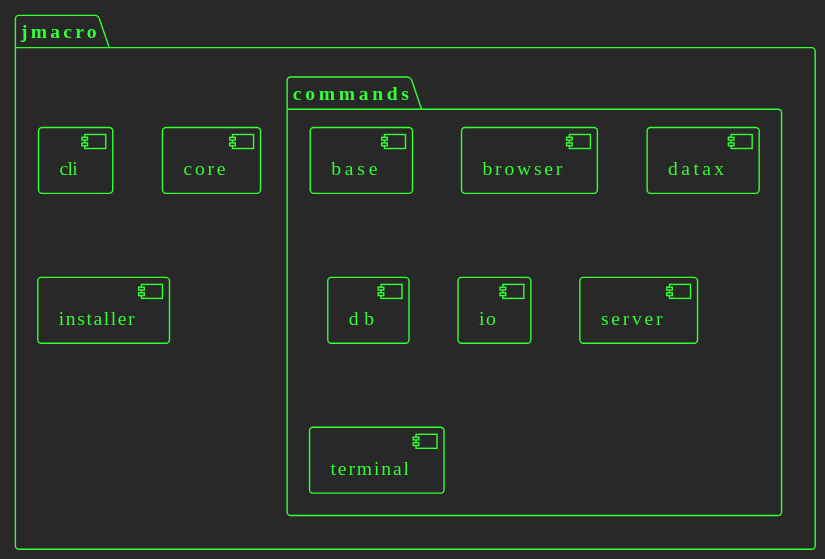
This is jmacro-docs/src/main/diagrams/svg/modules.svg from giflw/jmacro, a PlantUML export, as it was before one commit.
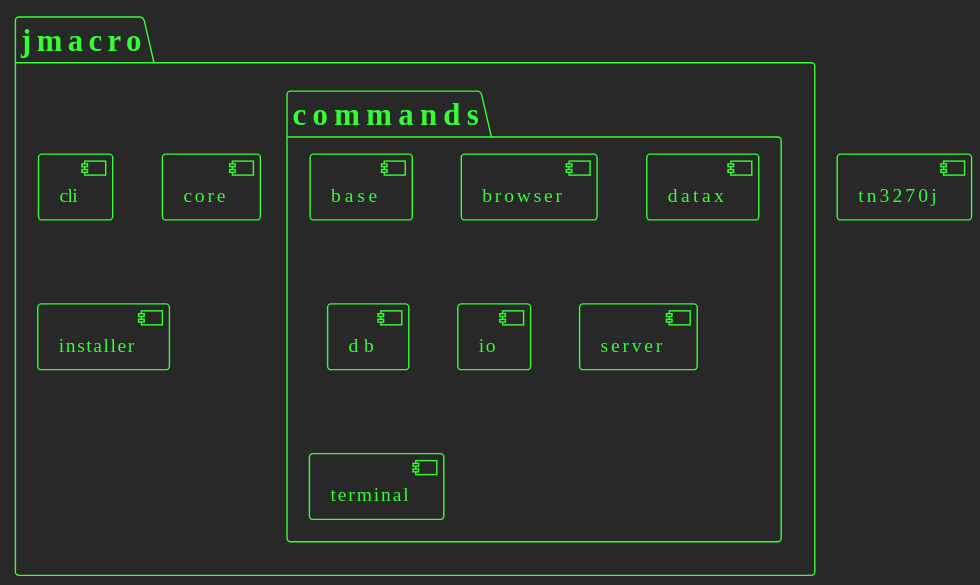
After the commit.

Diff of the diagram source:
```diff
@@ -1,17 +1,18 @@
 @startuml
 !theme crt-green
-package jmacro{
-    [cli]
-    package commands{
-        [base]
-        [browser]
-        [datax]
-        [db]
-        [io]
-        [server]
-        [terminal]
+    [tn3270j]
+    package jmacro{
+        [cli]
+        package commands{
+            [base]
+            [browser]
+            [datax]
+            [db]
+            [io]
+            [server]
+            [terminal]
+        }
+        [core]
+        [installer]
     }
-    [core]
-    [installer]
-}
 @enduml
```
